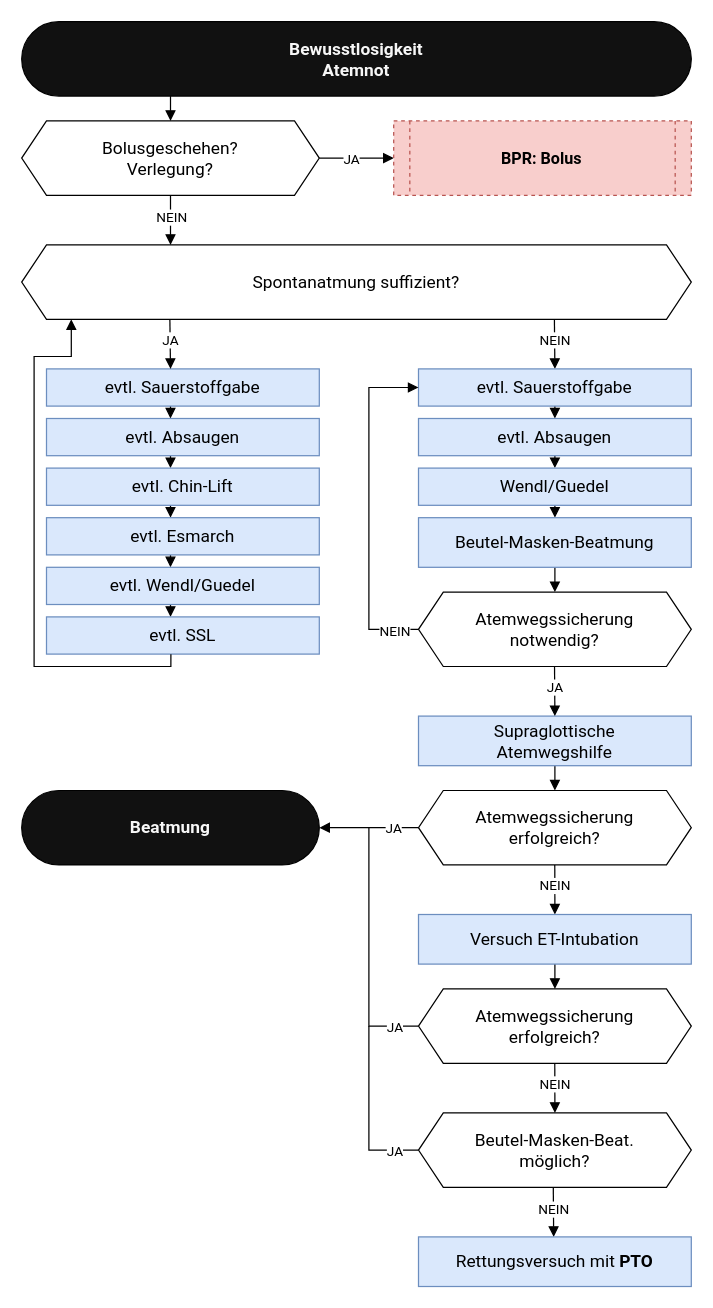
This is assets/flows/atemwegsmanagement.drawio from steiiin/notsan-app, a draw.io file, before an edit. Source tidied: cells renumbered, new cells numbered last; positions are measured from the earlier drawing's top-left corner, leaving out a move shared by most shapes. Both pictures are drawn from the tidied source at 124%, with x=0, y=0 at pixel (21, 21).
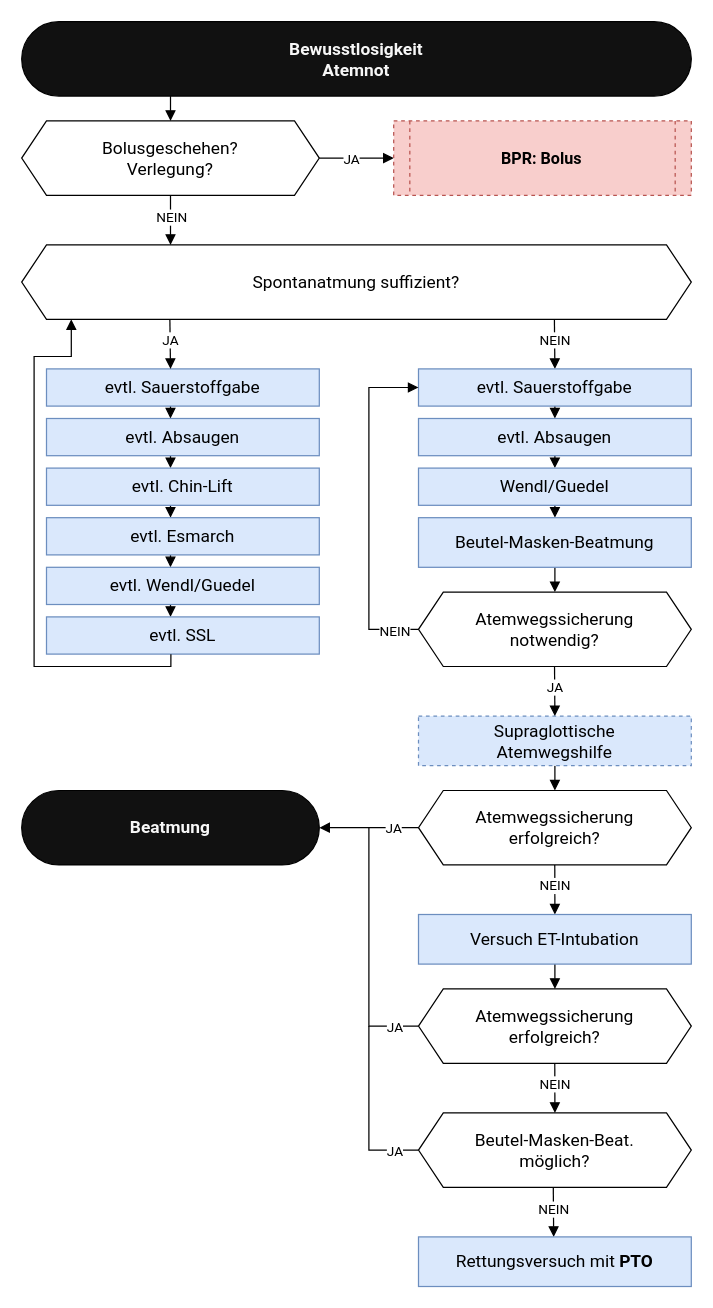
The same page after the edit.

Change to the diagram source:
```diff
@@
-    <mxCell id="39" value="Supraglottische&lt;br&gt;Atemwegshilfe" style="rounded=0;whiteSpace=wrap;html=1;fillColor=#dae8fc;strokeColor=#6c8ebf;fontFamily=&quot;Roboto&quot;, &quot;Helvetica Neue&quot;, sans-serif;fontSize=14;fontColor=#000000;labelBackgroundColor=none;" parent="1" vertex="1">
+    <mxCell id="39" value="Supraglottische&lt;br&gt;Atemwegshilfe" style="rounded=0;whiteSpace=wrap;html=1;fillColor=#dae8fc;strokeColor=#6c8ebf;fontFamily=&quot;Roboto&quot;, &quot;Helvetica Neue&quot;, sans-serif;fontSize=14;fontColor=#000000;labelBackgroundColor=none;dashed=1;" parent="1" vertex="1">
       <mxGeometry x="320" y="560" width="220" height="40" as="geometry" />
     </mxCell>
```
